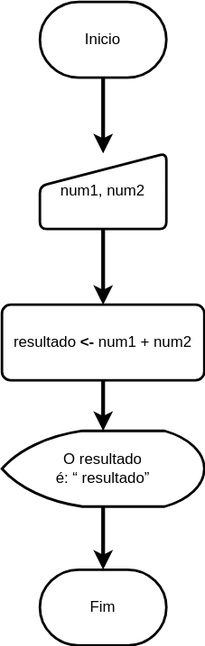
Enoque1844/html-css keeps this draw.io diagram as exercicios/ex008b/Untitled Diagram.drawio.svg. Above is the earlier version. Source tidied: cells renumbered, new cells last; positions are measured from the earlier drawing's top-left corner, leaving out a move shared by most shapes.
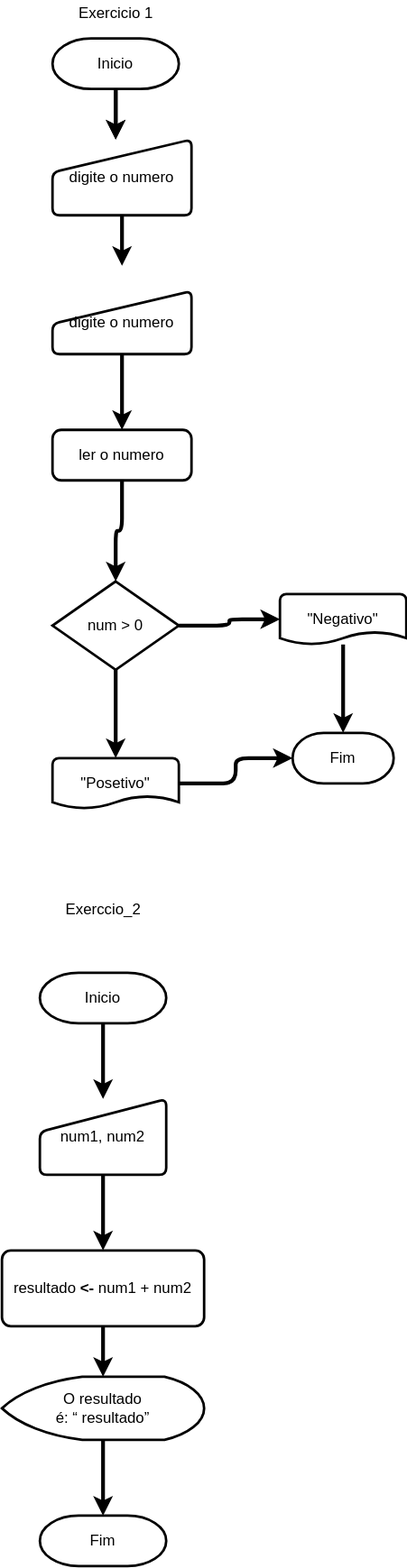
After the change.

What changed in the source:
```diff
@@ -6,7 +6,7 @@
       <mxGeometry relative="1" as="geometry" />
     </mxCell>
     <mxCell id="3" value="Inicio" style="strokeWidth=2;html=1;shape=mxgraph.flowchart.terminator;whiteSpace=wrap;" parent="1" vertex="1">
-      <mxGeometry x="30" width="100" height="60" as="geometry" />
+      <mxGeometry x="30" y="20" width="100" height="40" as="geometry" />
     </mxCell>
     <mxCell id="4" style="edgeStyle=orthogonalEdgeStyle;rounded=1;jettySize=auto;html=1;entryX=0.5;entryY=0;entryDx=0;entryDy=0;strokeWidth=3;" parent="1" edge="1" source="5" target="7">
       <mxGeometry relative="1" as="geometry" />
@@ -24,10 +24,73 @@
       <mxGeometry relative="1" as="geometry" />
     </mxCell>
     <mxCell id="9" value="&lt;p class=&quot;MsoNormal&quot;&gt;&lt;span style=&quot;font-family: &amp;#34;trebuchet ms&amp;#34; , sans-serif&quot;&gt;O resultado&lt;br/&gt;é: “ resultado”&lt;/span&gt;&lt;/p&gt;" style="strokeWidth=2;html=1;shape=mxgraph.flowchart.display;whiteSpace=wrap;" parent="1" vertex="1">
-      <mxGeometry y="340" width="160" height="60" as="geometry" />
+      <mxGeometry y="340" width="160" height="50" as="geometry" />
     </mxCell>
     <mxCell id="10" value="Fim" style="strokeWidth=2;html=1;shape=mxgraph.flowchart.terminator;whiteSpace=wrap;" parent="1" vertex="1">
-      <mxGeometry x="30" y="450" width="100" height="60" as="geometry" />
+      <mxGeometry x="30" y="450" width="100" height="40" as="geometry" />
     </mxCell>
+    <mxCell id="11" value="Exerccio_2" style="text;html=1;align=center;verticalAlign=middle;strokeColor=none;fillColor=none;" parent="1" vertex="1">
+      <mxGeometry x="45" y="-40" width="70" height="20" as="geometry" />
+    </mxCell>
+    <mxCell id="12" style="edgeStyle=orthogonalEdgeStyle;rounded=1;jettySize=auto;html=1;strokeWidth=3;" parent="1" edge="1" source="14">
+      <mxGeometry relative="1" as="geometry">
+        <mxPoint x="90" y="-640" as="targetPoint" />
+      </mxGeometry>
+    </mxCell>
+    <mxCell id="13" style="edgeStyle=orthogonalEdgeStyle;rounded=1;jettySize=auto;html=1;strokeWidth=3;" parent="1" edge="1" source="14">
+      <mxGeometry relative="1" as="geometry">
+        <mxPoint x="90" y="-640" as="targetPoint" />
+      </mxGeometry>
+    </mxCell>
+    <mxCell id="14" value="Inicio" style="strokeWidth=2;html=1;shape=mxgraph.flowchart.terminator;whiteSpace=wrap;" parent="1" vertex="1">
+      <mxGeometry x="40" y="-720" width="100" height="40" as="geometry" />
+    </mxCell>
+    <mxCell id="15" style="edgeStyle=orthogonalEdgeStyle;rounded=1;jettySize=auto;html=1;strokeWidth=3;" parent="1" edge="1" source="16">
+      <mxGeometry relative="1" as="geometry">
+        <mxPoint x="95" y="-540" as="targetPoint" />
+      </mxGeometry>
+    </mxCell>
+    <mxCell id="16" value="digite o numero" style="html=1;strokeWidth=2;shape=manualInput;whiteSpace=wrap;rounded=1;size=26;arcSize=11;" parent="1" vertex="1">
+      <mxGeometry x="40" y="-640" width="110" height="60" as="geometry" />
+    </mxCell>
+    <mxCell id="17" style="edgeStyle=orthogonalEdgeStyle;rounded=1;jettySize=auto;html=1;entryX=0.5;entryY=0;entryDx=0;entryDy=0;entryPerimeter=0;strokeWidth=3;" parent="1" edge="1" source="19" target="22">
+      <mxGeometry relative="1" as="geometry" />
+    </mxCell>
+    <mxCell id="18" style="edgeStyle=orthogonalEdgeStyle;rounded=1;jettySize=auto;html=1;entryX=0;entryY=0.5;entryDx=0;entryDy=0;entryPerimeter=0;strokeWidth=3;" parent="1" edge="1" source="19" target="24">
+      <mxGeometry relative="1" as="geometry" />
+    </mxCell>
+    <mxCell id="19" value="num &amp;gt; 0" style="strokeWidth=2;html=1;shape=mxgraph.flowchart.decision;whiteSpace=wrap;" parent="1" vertex="1">
+      <mxGeometry x="40" y="-290" width="100" height="70" as="geometry" />
+    </mxCell>
+    <mxCell id="20" value="Fim" style="strokeWidth=2;html=1;shape=mxgraph.flowchart.terminator;whiteSpace=wrap;" parent="1" vertex="1">
+      <mxGeometry x="230" y="-170" width="80" height="40" as="geometry" />
+    </mxCell>
+    <mxCell id="21" style="edgeStyle=orthogonalEdgeStyle;rounded=1;jettySize=auto;html=1;entryX=0;entryY=0.5;entryDx=0;entryDy=0;entryPerimeter=0;strokeWidth=3;" parent="1" edge="1" source="22" target="20">
+      <mxGeometry relative="1" as="geometry" />
+    </mxCell>
+    <mxCell id="22" value="&quot;Posetivo&quot;" style="strokeWidth=2;html=1;shape=mxgraph.flowchart.document2;whiteSpace=wrap;size=0.25;" parent="1" vertex="1">
+      <mxGeometry x="40" y="-150" width="100" height="40" as="geometry" />
+    </mxCell>
+    <mxCell id="23" style="edgeStyle=orthogonalEdgeStyle;rounded=1;jettySize=auto;html=1;entryX=0.5;entryY=0;entryDx=0;entryDy=0;entryPerimeter=0;strokeWidth=3;" parent="1" edge="1" source="24" target="20">
+      <mxGeometry relative="1" as="geometry" />
+    </mxCell>
+    <mxCell id="24" value="&quot;Negativo&quot;" style="strokeWidth=2;html=1;shape=mxgraph.flowchart.document2;whiteSpace=wrap;size=0.25;" parent="1" vertex="1">
+      <mxGeometry x="220" y="-280" width="100" height="40" as="geometry" />
+    </mxCell>
+    <mxCell id="25" style="edgeStyle=orthogonalEdgeStyle;rounded=1;jettySize=auto;html=1;entryX=0.5;entryY=0;entryDx=0;entryDy=0;strokeWidth=3;" parent="1" edge="1" source="26" target="28">
+      <mxGeometry relative="1" as="geometry" />
+    </mxCell>
+    <mxCell id="26" value="digite o numero" style="html=1;strokeWidth=2;shape=manualInput;whiteSpace=wrap;rounded=1;size=26;arcSize=11;" parent="1" vertex="1">
+      <mxGeometry x="40" y="-520" width="110" height="50" as="geometry" />
+    </mxCell>
+    <mxCell id="27" style="edgeStyle=orthogonalEdgeStyle;rounded=1;jettySize=auto;html=1;entryX=0.5;entryY=0;entryDx=0;entryDy=0;entryPerimeter=0;strokeWidth=3;" parent="1" edge="1" source="28" target="19">
+      <mxGeometry relative="1" as="geometry" />
+    </mxCell>
+    <mxCell id="28" value="ler o numero" style="rounded=1;whiteSpace=wrap;html=1;absoluteArcSize=1;arcSize=14;strokeWidth=2;" parent="1" vertex="1">
+      <mxGeometry x="40" y="-410" width="110" height="40" as="geometry" />
+    </mxCell>
+    <mxCell id="29" value="Exercicio 1" style="text;html=1;align=center;verticalAlign=middle;strokeColor=none;fillColor=none;" parent="1" vertex="1">
+      <mxGeometry x="55" y="-750" width="70" height="20" as="geometry" />
+    </mxCell>
   </root>
 </mxGraphModel>
```
